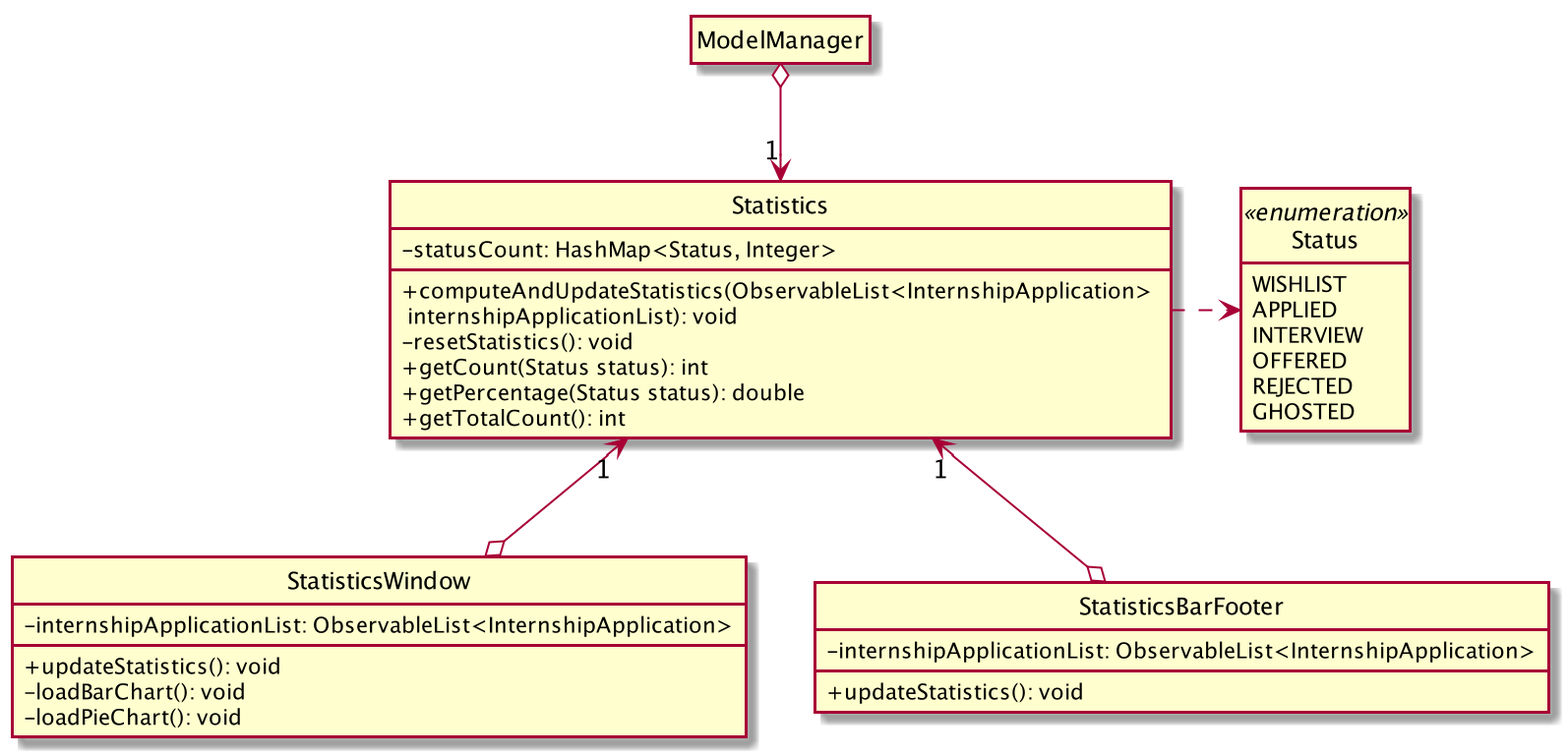
Before: images/StatisticsClassDiagram.png, a diagram exported from PlantUML (AY1920S2-CS2103T-F10-2/main).
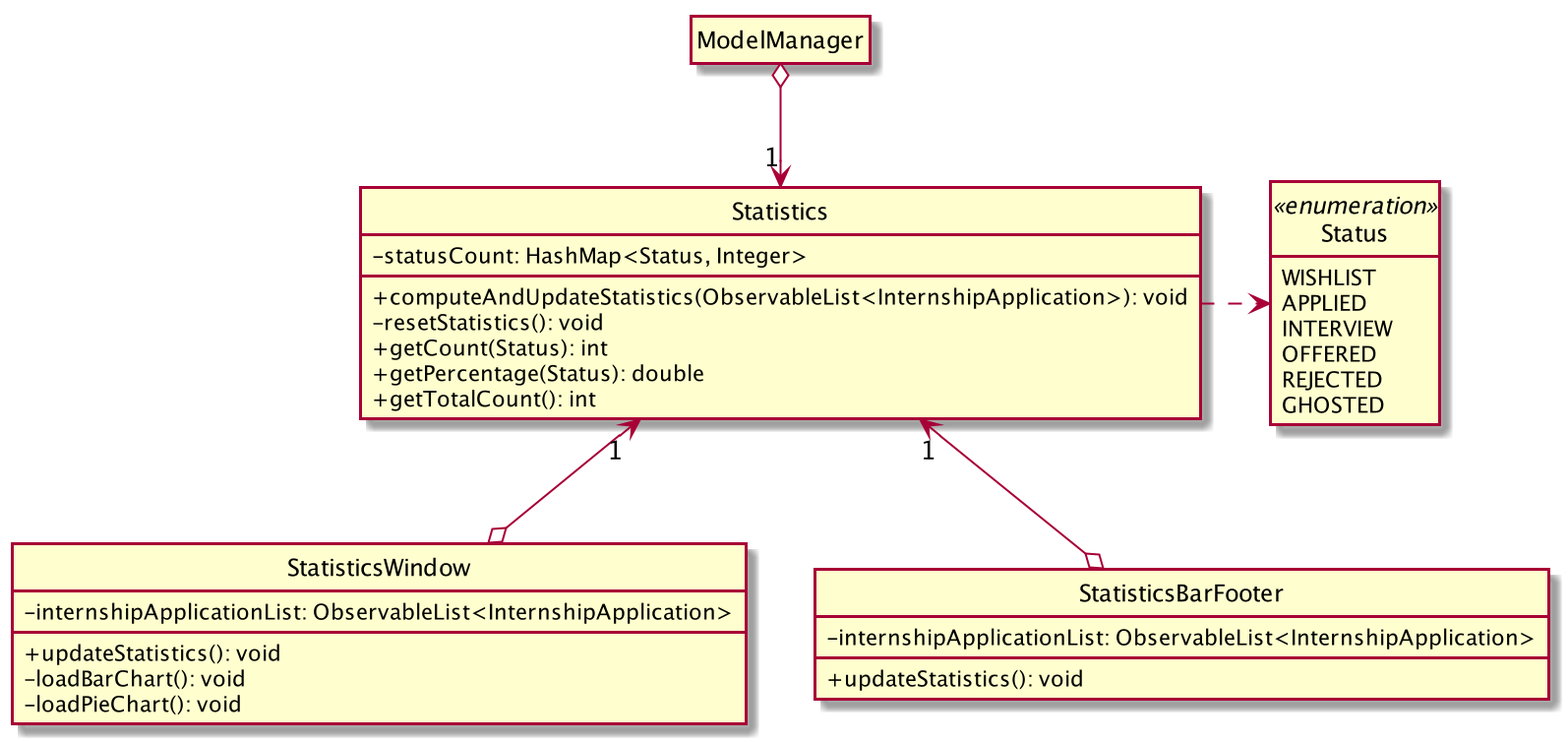
Above is the later version.

Change to the diagram source:
```diff
@@ -10,10 +10,10 @@
 
 Class Statistics {
     - statusCount: HashMap<Status, Integer>
-    + computeAndUpdateStatistics(ObservableList<InternshipApplication> \n internshipApplicationList): void
+    + computeAndUpdateStatistics(ObservableList<InternshipApplication>): void
     - resetStatistics(): void
-    + getCount(Status status): int
-    + getPercentage(Status status): double
+    + getCount(Status): int
+    + getPercentage(Status): double
     + getTotalCount(): int
 }
 
```
